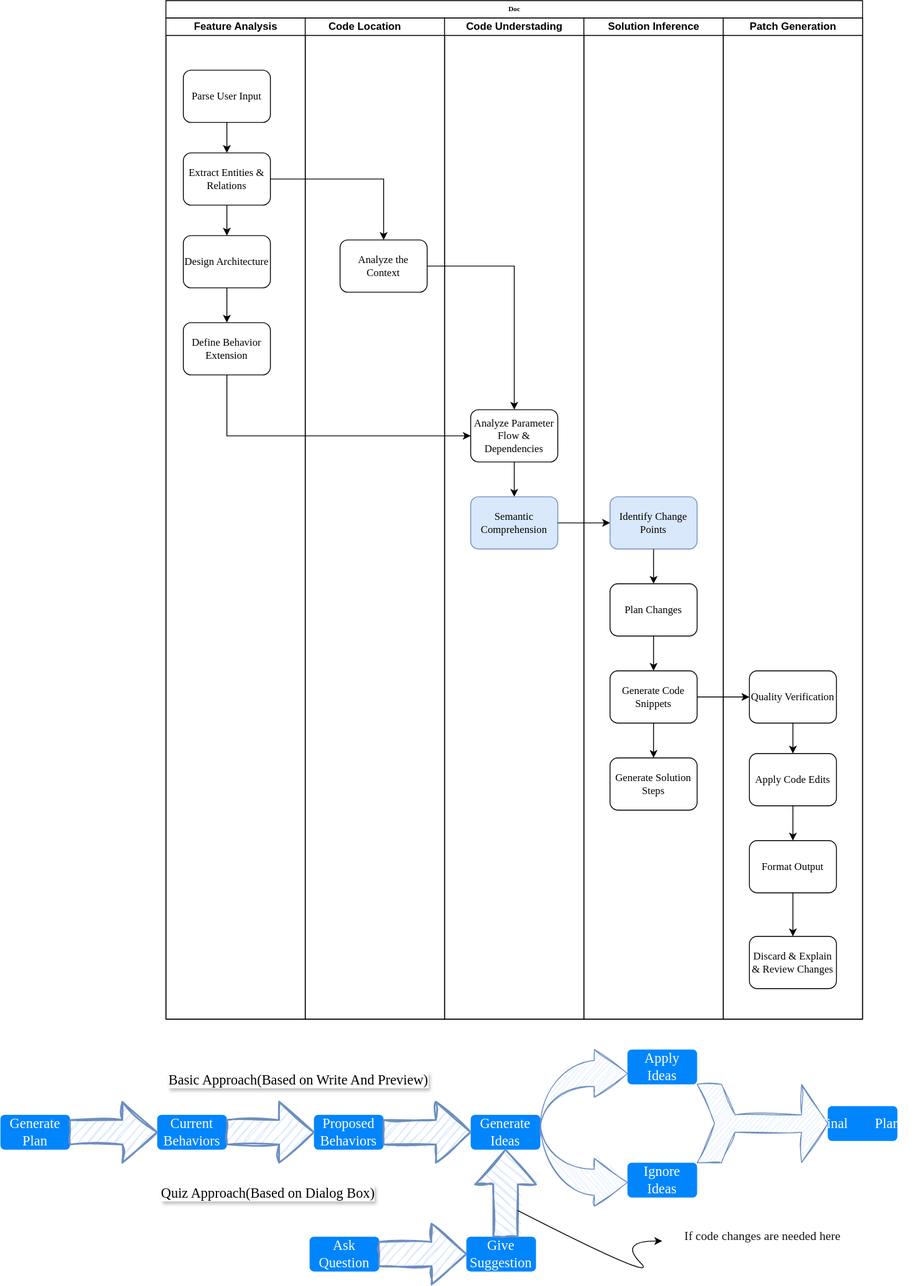
Above: doc.svg in BullFrogDianDian/SoftEngineer (draw.io), before the change. Source tidied: cells renumbered, new cells last; positions are measured from the earlier drawing's top-left corner, leaving out a move shared by most shapes.
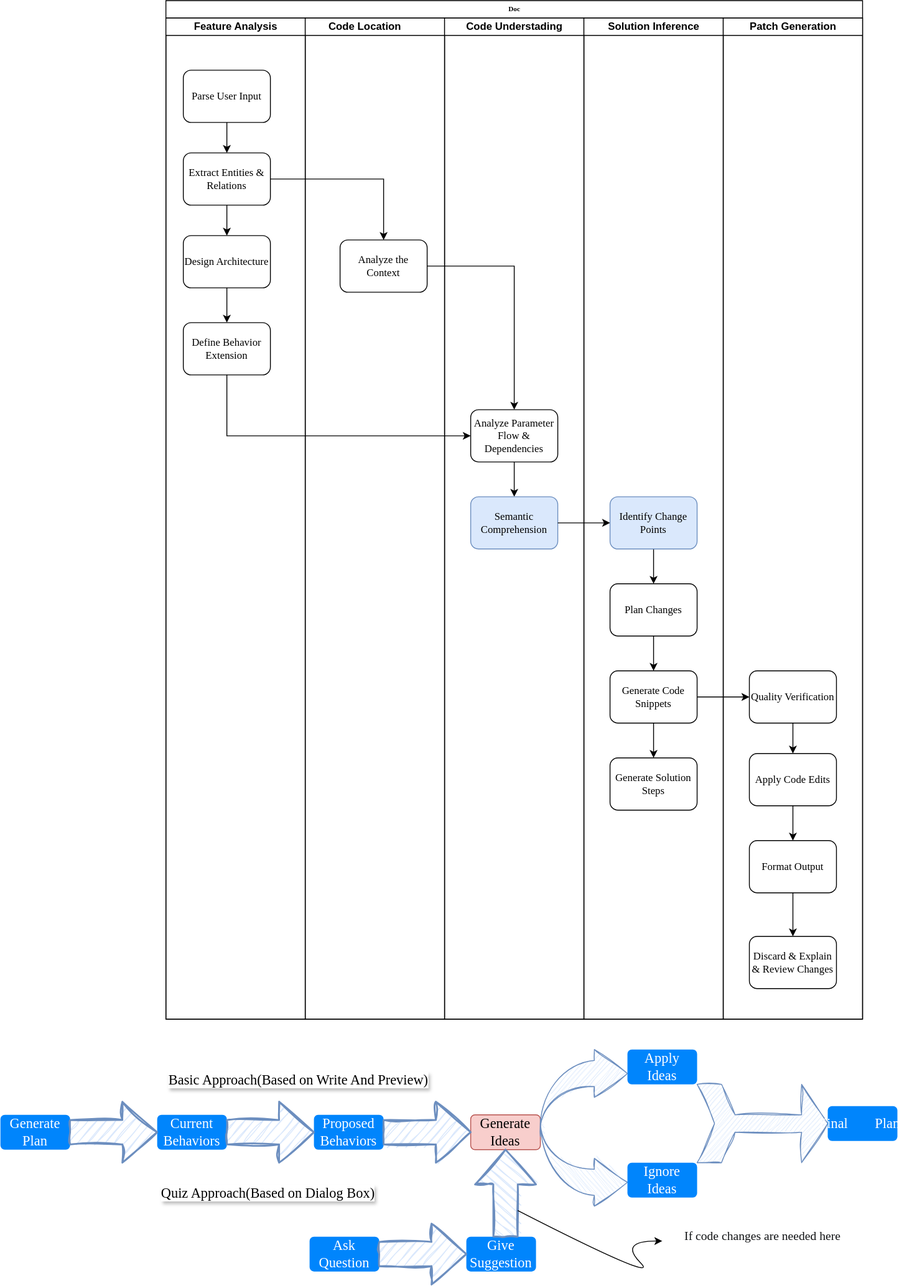
After the change.

What changed in the source:
```diff
@@ -132,7 +132,7 @@
     <mxCell id="40" value="&lt;font face=&quot;Comic Sans MS&quot;&gt;Apply Ideas&lt;/font&gt;" style="html=1;shadow=0;dashed=0;shape=mxgraph.bootstrap.rrect;rSize=5;strokeColor=none;strokeWidth=1;fillColor=#0085FC;fontColor=#FFFFFF;whiteSpace=wrap;align=center;verticalAlign=middle;spacingLeft=0;fontStyle=0;fontSize=16;spacing=5;" parent="1" vertex="1">
       <mxGeometry x="720" y="1205" width="80" height="40" as="geometry" />
     </mxCell>
-    <mxCell id="41" value="&lt;font face=&quot;Comic Sans MS&quot;&gt;Generate Ideas&lt;/font&gt;" style="html=1;shadow=0;dashed=0;shape=mxgraph.bootstrap.rrect;rSize=5;strokeColor=none;strokeWidth=1;fillColor=#0085FC;fontColor=#FFFFFF;whiteSpace=wrap;align=center;verticalAlign=middle;spacingLeft=0;fontStyle=0;fontSize=16;spacing=5;" parent="1" vertex="1">
+    <mxCell id="41" value="&lt;font face=&quot;Comic Sans MS&quot;&gt;Generate Ideas&lt;/font&gt;" style="html=1;shadow=0;dashed=0;shape=mxgraph.bootstrap.rrect;rSize=5;strokeColor=#b85450;strokeWidth=1;fillColor=#f8cecc;whiteSpace=wrap;align=center;verticalAlign=middle;spacingLeft=0;fontStyle=0;fontSize=16;spacing=5;" parent="1" vertex="1">
       <mxGeometry x="540" y="1280" width="80" height="40" as="geometry" />
     </mxCell>
     <mxCell id="42" style="html=1;shadow=0;dashed=0;align=center;verticalAlign=middle;shape=mxgraph.arrows2.jumpInArrow;dy=15;dx=38;arrowHead=55;fillColor=#dae8fc;strokeColor=#6c8ebf;sketch=1;curveFitting=1;jiggle=2;" parent="1" vertex="1">
```
